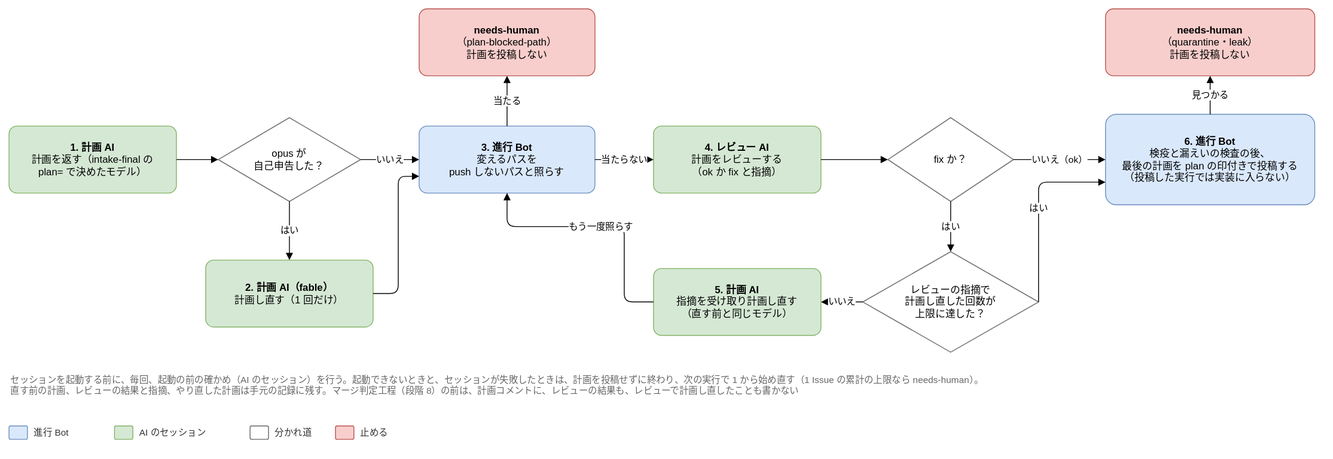
The draw.io diagram docs/design/basic/diagrams/02-plan-step.drawio.svg in Joymerrevent/dev-autopilot, before a commit. Source tidied: cells renumbered, new cells last; positions are measured from the earlier drawing's top-left corner, leaving out a move shared by most shapes.
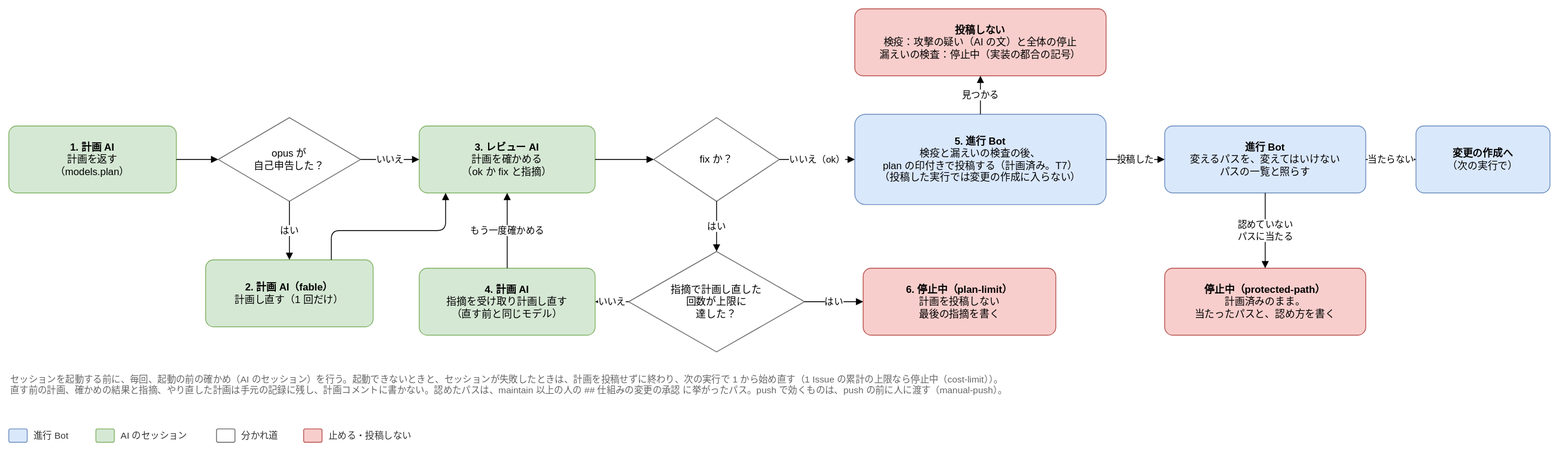
Later version of the same file.

The edit, as a diff of the source:
```diff
@@ -2,7 +2,7 @@
   <root>
     <mxCell id="0" />
     <mxCell id="1" parent="0" />
-    <mxCell id="2" value="&lt;b&gt;1. 計画 AI&lt;/b&gt;&lt;br&gt;計画を返す（intake-final の&lt;br&gt;plan= で決めたモデル）" style="rounded=1;whiteSpace=wrap;html=1;fontSize=12;arcSize=12;spacing=12;fillColor=#d5e8d4;strokeColor=#82b366;" parent="1" vertex="1">
+    <mxCell id="2" value="&lt;b&gt;1. 計画 AI&lt;/b&gt;&lt;br&gt;計画を返す&lt;br&gt;（models.plan）" style="rounded=1;whiteSpace=wrap;html=1;fontSize=12;arcSize=12;spacing=12;fillColor=#d5e8d4;strokeColor=#82b366;" parent="1" vertex="1">
       <mxGeometry y="140" width="200" height="80" as="geometry" />
     </mxCell>
     <mxCell id="3" value="opus が&lt;br&gt;自己申告した？" style="rhombus;whiteSpace=wrap;html=1;fontSize=12;spacing=12;fillColor=#ffffff;strokeColor=#666666;" parent="1" vertex="1">
@@ -11,111 +11,109 @@
     <mxCell id="4" value="&lt;b&gt;2. 計画 AI（fable）&lt;/b&gt;&lt;br&gt;計画し直す（1 回だけ）" style="rounded=1;whiteSpace=wrap;html=1;fontSize=12;arcSize=12;spacing=12;fillColor=#d5e8d4;strokeColor=#82b366;" parent="1" vertex="1">
       <mxGeometry x="235" y="300" width="200" height="80" as="geometry" />
     </mxCell>
-    <mxCell id="5" value="&lt;b&gt;3. 進行 Bot&lt;/b&gt;&lt;br&gt;変えるパスを&lt;br&gt;push しないパスと照らす" style="rounded=1;whiteSpace=wrap;html=1;fontSize=12;arcSize=12;spacing=12;fillColor=#dae8fc;strokeColor=#6c8ebf;" parent="1" vertex="1">
-      <mxGeometry x="490" y="140" width="210" height="80" as="geometry" />
-    </mxCell>
-    <mxCell id="6" value="&lt;b&gt;needs-human&lt;/b&gt;&lt;br&gt;（plan-blocked-path）&lt;br&gt;計画を投稿しない" style="rounded=1;whiteSpace=wrap;html=1;fontSize=12;arcSize=12;spacing=12;fillColor=#f8cecc;strokeColor=#b85450;" parent="1" vertex="1">
-      <mxGeometry x="490" width="210" height="80" as="geometry" />
-    </mxCell>
-    <mxCell id="7" value="&lt;b&gt;4. レビュー AI&lt;/b&gt;&lt;br&gt;計画をレビューする&lt;br&gt;（ok か fix と指摘）" style="rounded=1;whiteSpace=wrap;html=1;fontSize=12;arcSize=12;spacing=12;fillColor=#d5e8d4;strokeColor=#82b366;" parent="1" vertex="1">
-      <mxGeometry x="770" y="140" width="200" height="80" as="geometry" />
-    </mxCell>
+    <mxCell id="35" value="&lt;b&gt;3. レビュー AI&lt;/b&gt;&lt;br&gt;計画を確かめる&lt;br&gt;（ok か fix と指摘）" style="rounded=1;whiteSpace=wrap;html=1;fontSize=12;arcSize=12;spacing=12;fillColor=#d5e8d4;strokeColor=#82b366;" parent="1" vertex="1">
+      <mxGeometry x="490" y="140" width="210" height="80" as="geometry" />
+    </mxCell>
     <mxCell id="8" value="fix か？" style="rhombus;whiteSpace=wrap;html=1;fontSize=12;spacing=12;fillColor=#ffffff;strokeColor=#666666;" parent="1" vertex="1">
-      <mxGeometry x="1050" y="130" width="150" height="100" as="geometry" />
+      <mxGeometry x="770" y="130" width="150" height="100" as="geometry" />
     </mxCell>
-    <mxCell id="9" value="レビューの指摘で&lt;br&gt;計画し直した回数が&lt;br&gt;上限に達した？" style="rhombus;whiteSpace=wrap;html=1;fontSize=12;spacing=12;fillColor=#ffffff;strokeColor=#666666;" parent="1" vertex="1">
-      <mxGeometry x="1020" y="290" width="210" height="120" as="geometry" />
+    <mxCell id="9" value="指摘で計画し直した&lt;br&gt;回数が上限に&lt;br&gt;達した？" style="rhombus;whiteSpace=wrap;html=1;fontSize=12;spacing=12;fillColor=#ffffff;strokeColor=#666666;" parent="1" vertex="1">
+      <mxGeometry x="740" y="290" width="210" height="120" as="geometry" />
     </mxCell>
+    <mxCell id="7" value="&lt;b&gt;4. 計画 AI&lt;/b&gt;&lt;br&gt;指摘を受け取り計画し直す&lt;br&gt;（直す前と同じモデル）" style="rounded=1;whiteSpace=wrap;html=1;fontSize=12;arcSize=12;spacing=12;fillColor=#d5e8d4;strokeColor=#82b366;" parent="1" vertex="1">
+      <mxGeometry x="490" y="310" width="210" height="80" as="geometry" />
+    </mxCell>
+    <mxCell id="11" value="&lt;b&gt;6. 停止中（plan-limit）&lt;/b&gt;&lt;br&gt;計画を投稿しない&lt;br&gt;最後の指摘を書く" style="rounded=1;whiteSpace=wrap;html=1;fontSize=12;arcSize=12;spacing=12;fillColor=#f8cecc;strokeColor=#b85450;" parent="1" vertex="1">
+      <mxGeometry x="1020" y="310" width="230" height="80" as="geometry" />
+    </mxCell>
-    <mxCell id="10" value="&lt;b&gt;5. 計画 AI&lt;/b&gt;&lt;br&gt;指摘を受け取り計画し直す&lt;br&gt;（直す前と同じモデル）" style="rounded=1;whiteSpace=wrap;html=1;fontSize=12;arcSize=12;spacing=12;fillColor=#d5e8d4;strokeColor=#82b366;" parent="1" vertex="1">
-      <mxGeometry x="770" y="310" width="200" height="80" as="geometry" />
+    <mxCell id="10" value="&lt;b&gt;5. 進行 Bot&lt;/b&gt;&lt;br&gt;検疫と漏えいの検査の後、&lt;br&gt;plan の印付きで投稿する（計画済み。T7）&lt;br&gt;（投稿した実行では変更の作成に入らない）" style="rounded=1;whiteSpace=wrap;html=1;fontSize=12;arcSize=12;spacing=12;fillColor=#dae8fc;strokeColor=#6c8ebf;" parent="1" vertex="1">
+      <mxGeometry x="1010" y="126" width="300" height="108" as="geometry" />
     </mxCell>
-    <mxCell id="11" value="&lt;b&gt;6. 進行 Bot&lt;/b&gt;&lt;br&gt;検疫と漏えいの検査の後、&lt;br&gt;最後の計画を plan の印付きで投稿する&lt;br&gt;（投稿した実行では実装に入らない）" style="rounded=1;whiteSpace=wrap;html=1;fontSize=12;arcSize=12;spacing=12;fillColor=#dae8fc;strokeColor=#6c8ebf;" parent="1" vertex="1">
-      <mxGeometry x="1310" y="126" width="250" height="108" as="geometry" />
-    </mxCell>
+    <mxCell id="36" value="&lt;b&gt;進行 Bot&lt;/b&gt;&lt;br&gt;変えるパスを、変えてはいけない&lt;br&gt;パスの一覧と照らす" style="rounded=1;whiteSpace=wrap;html=1;fontSize=12;arcSize=12;spacing=12;fillColor=#dae8fc;strokeColor=#6c8ebf;" parent="1" vertex="1">
+      <mxGeometry x="1380" y="140" width="240" height="80" as="geometry" />
+    </mxCell>
+    <mxCell id="37" value="&lt;b&gt;停止中（protected-path）&lt;/b&gt;&lt;br&gt;計画済みのまま。&lt;br&gt;当たったパスと、認め方を書く" style="rounded=1;whiteSpace=wrap;html=1;fontSize=12;arcSize=12;spacing=12;fillColor=#f8cecc;strokeColor=#b85450;" parent="1" vertex="1">
+      <mxGeometry x="1380" y="310" width="240" height="80" as="geometry" />
+    </mxCell>
+    <mxCell id="38" value="&lt;b&gt;投稿しない&lt;/b&gt;&lt;br&gt;検疫：攻撃の疑い（AI の文）と全体の停止&lt;br&gt;漏えいの検査：停止中（実装の都合の記号）" style="rounded=1;whiteSpace=wrap;html=1;fontSize=12;arcSize=12;spacing=12;fillColor=#f8cecc;strokeColor=#b85450;" parent="1" vertex="1">
+      <mxGeometry x="1010" width="300" height="80" as="geometry" />
+    </mxCell>
+    <mxCell id="39" value="&lt;b&gt;変更の作成へ&lt;/b&gt;&lt;br&gt;（次の実行で）" style="rounded=1;whiteSpace=wrap;html=1;fontSize=12;arcSize=12;spacing=12;fillColor=#dae8fc;strokeColor=#6c8ebf;" parent="1" vertex="1">
+      <mxGeometry x="1680" y="140" width="160" height="80" as="geometry" />
+    </mxCell>
     <mxCell id="12" style="edgeStyle=orthogonalEdgeStyle;rounded=1;html=1;endArrow=block;endFill=1;fontSize=11;labelBackgroundColor=#ffffff;exitX=1;exitY=0.5;exitDx=0;exitDy=0;entryX=0;entryY=0.5;entryDx=0;entryDy=0;" parent="1" edge="1" source="2" target="3">
       <mxGeometry relative="1" as="geometry" />
     </mxCell>
     <mxCell id="13" value="はい" style="edgeStyle=orthogonalEdgeStyle;rounded=1;html=1;endArrow=block;endFill=1;fontSize=11;labelBackgroundColor=#ffffff;exitX=0.5;exitY=1;exitDx=0;exitDy=0;entryX=0.5;entryY=0;entryDx=0;entryDy=0;" parent="1" edge="1" source="3" target="4">
       <mxGeometry relative="1" as="geometry" />
     </mxCell>
-    <mxCell id="14" value="いいえ" style="edgeStyle=orthogonalEdgeStyle;rounded=1;html=1;endArrow=block;endFill=1;fontSize=11;labelBackgroundColor=#ffffff;exitX=1;exitY=0.5;exitDx=0;exitDy=0;entryX=0;entryY=0.5;entryDx=0;entryDy=0;" parent="1" edge="1" source="3" target="5">
+    <mxCell id="14" value="いいえ" style="edgeStyle=orthogonalEdgeStyle;rounded=1;html=1;endArrow=block;endFill=1;fontSize=11;labelBackgroundColor=#ffffff;exitX=1;exitY=0.5;exitDx=0;exitDy=0;entryX=0;entryY=0.5;entryDx=0;entryDy=0;" parent="1" edge="1" source="3" target="35">
       <mxGeometry relative="1" as="geometry" />
     </mxCell>
-    <mxCell id="15" style="edgeStyle=orthogonalEdgeStyle;rounded=1;html=1;endArrow=block;endFill=1;fontSize=11;labelBackgroundColor=#ffffff;exitX=1;exitY=0.5;exitDx=0;exitDy=0;entryX=0;entryY=0.75;entryDx=0;entryDy=0;" parent="1" edge="1" source="4" target="5">
+    <mxCell id="15" style="edgeStyle=orthogonalEdgeStyle;rounded=1;html=1;endArrow=block;endFill=1;fontSize=11;labelBackgroundColor=#ffffff;exitX=0.75;exitY=0;exitDx=0;exitDy=0;entryX=0.15;entryY=1;entryDx=0;entryDy=0;" parent="1" edge="1" source="4" target="35">
       <mxGeometry relative="1" as="geometry">
         <Array as="points">
-          <mxPoint x="465" y="340" />
-          <mxPoint x="465" y="200" />
+          <mxPoint x="385" y="265" />
+          <mxPoint x="521.5" y="265" />
         </Array>
       </mxGeometry>
     </mxCell>
-    <mxCell id="16" value="当たる" style="edgeStyle=orthogonalEdgeStyle;rounded=1;html=1;endArrow=block;endFill=1;fontSize=11;labelBackgroundColor=#ffffff;exitX=0.5;exitY=0;exitDx=0;exitDy=0;entryX=0.5;entryY=1;entryDx=0;entryDy=0;" parent="1" edge="1" source="5" target="6">
+    <mxCell id="16" style="edgeStyle=orthogonalEdgeStyle;rounded=1;html=1;endArrow=block;endFill=1;fontSize=11;labelBackgroundColor=#ffffff;exitX=1;exitY=0.5;exitDx=0;exitDy=0;entryX=0;entryY=0.5;entryDx=0;entryDy=0;" parent="1" edge="1" source="35" target="8">
       <mxGeometry relative="1" as="geometry" />
     </mxCell>
-    <mxCell id="17" value="当たらない" style="edgeStyle=orthogonalEdgeStyle;rounded=1;html=1;endArrow=block;endFill=1;fontSize=11;labelBackgroundColor=#ffffff;exitX=1;exitY=0.5;exitDx=0;exitDy=0;entryX=0;entryY=0.5;entryDx=0;entryDy=0;" parent="1" edge="1" source="5" target="7">
+    <mxCell id="17" value="いいえ（ok）" style="edgeStyle=orthogonalEdgeStyle;rounded=1;html=1;endArrow=block;endFill=1;fontSize=11;labelBackgroundColor=#ffffff;exitX=1;exitY=0.5;exitDx=0;exitDy=0;entryX=0;entryY=0.5;entryDx=0;entryDy=0;" parent="1" edge="1" source="8" target="10">
       <mxGeometry relative="1" as="geometry" />
     </mxCell>
-    <mxCell id="18" style="edgeStyle=orthogonalEdgeStyle;rounded=1;html=1;endArrow=block;endFill=1;fontSize=11;labelBackgroundColor=#ffffff;exitX=1;exitY=0.5;exitDx=0;exitDy=0;entryX=0;entryY=0.5;entryDx=0;entryDy=0;" parent="1" edge="1" source="7" target="8">
+    <mxCell id="18" value="はい" style="edgeStyle=orthogonalEdgeStyle;rounded=1;html=1;endArrow=block;endFill=1;fontSize=11;labelBackgroundColor=#ffffff;exitX=0.5;exitY=1;exitDx=0;exitDy=0;entryX=0.5;entryY=0;entryDx=0;entryDy=0;" parent="1" edge="1" source="8" target="9">
       <mxGeometry relative="1" as="geometry" />
     </mxCell>
-    <mxCell id="19" value="いいえ（ok）" style="edgeStyle=orthogonalEdgeStyle;rounded=1;html=1;endArrow=block;endFill=1;fontSize=11;labelBackgroundColor=#ffffff;exitX=1;exitY=0.5;exitDx=0;exitDy=0;entryX=0;entryY=0.5;entryDx=0;entryDy=0;" parent="1" edge="1" source="8" target="11">
+    <mxCell id="19" value="はい" style="edgeStyle=orthogonalEdgeStyle;rounded=1;html=1;endArrow=block;endFill=1;fontSize=11;labelBackgroundColor=#ffffff;exitX=1;exitY=0.5;exitDx=0;exitDy=0;entryX=0;entryY=0.5;entryDx=0;entryDy=0;" parent="1" edge="1" source="9" target="11">
       <mxGeometry relative="1" as="geometry" />
     </mxCell>
-    <mxCell id="20" value="はい" style="edgeStyle=orthogonalEdgeStyle;rounded=1;html=1;endArrow=block;endFill=1;fontSize=11;labelBackgroundColor=#ffffff;exitX=0.5;exitY=1;exitDx=0;exitDy=0;entryX=0.5;entryY=0;entryDx=0;entryDy=0;" parent="1" edge="1" source="8" target="9">
+    <mxCell id="20" value="いいえ" style="edgeStyle=orthogonalEdgeStyle;rounded=1;html=1;endArrow=block;endFill=1;fontSize=11;labelBackgroundColor=#ffffff;exitX=0;exitY=0.5;exitDx=0;exitDy=0;entryX=1;entryY=0.5;entryDx=0;entryDy=0;" parent="1" edge="1" source="9" target="7">
       <mxGeometry relative="1" as="geometry" />
     </mxCell>
-    <mxCell id="21" value="はい" style="edgeStyle=orthogonalEdgeStyle;rounded=1;html=1;endArrow=block;endFill=1;fontSize=11;labelBackgroundColor=#ffffff;exitX=1;exitY=0.5;exitDx=0;exitDy=0;entryX=0;entryY=0.75;entryDx=0;entryDy=0;" parent="1" edge="1" source="9" target="11">
-      <mxGeometry relative="1" as="geometry">
-        <Array as="points">
-          <mxPoint x="1230" y="350" />
-          <mxPoint x="1230" y="200" />
-        </Array>
-      </mxGeometry>
+    <mxCell id="21" value="もう一度確かめる" style="edgeStyle=orthogonalEdgeStyle;rounded=1;html=1;endArrow=block;endFill=1;fontSize=11;labelBackgroundColor=#ffffff;exitX=0.5;exitY=0;exitDx=0;exitDy=0;entryX=0.5;entryY=1;entryDx=0;entryDy=0;" parent="1" edge="1" source="7" target="35">
+      <mxGeometry relative="1" as="geometry" />
     </mxCell>
-    <mxCell id="22" value="いいえ" style="edgeStyle=orthogonalEdgeStyle;rounded=1;html=1;endArrow=block;endFill=1;fontSize=11;labelBackgroundColor=#ffffff;exitX=0;exitY=0.5;exitDx=0;exitDy=0;entryX=1;entryY=0.5;entryDx=0;entryDy=0;" parent="1" edge="1" source="9" target="10">
+    <mxCell id="22" value="見つかる" style="edgeStyle=orthogonalEdgeStyle;rounded=1;html=1;endArrow=block;endFill=1;fontSize=11;labelBackgroundColor=#ffffff;exitX=0.5;exitY=0;exitDx=0;exitDy=0;entryX=0.5;entryY=1;entryDx=0;entryDy=0;" parent="1" edge="1" source="10" target="38">
       <mxGeometry relative="1" as="geometry" />
     </mxCell>
-    <mxCell id="23" value="もう一度照らす" style="edgeStyle=orthogonalEdgeStyle;rounded=1;html=1;endArrow=block;endFill=1;fontSize=11;labelBackgroundColor=#ffffff;exitX=0;exitY=0.5;exitDx=0;exitDy=0;entryX=0.5;entryY=1;entryDx=0;entryDy=0;" parent="1" edge="1" source="10" target="5">
-      <mxGeometry relative="1" as="geometry">
-        <Array as="points">
-          <mxPoint x="735" y="350" />
-          <mxPoint x="735" y="260" />
-          <mxPoint x="595" y="260" />
-        </Array>
-      </mxGeometry>
+    <mxCell id="23" value="投稿した" style="edgeStyle=orthogonalEdgeStyle;rounded=1;html=1;endArrow=block;endFill=1;fontSize=11;labelBackgroundColor=#ffffff;exitX=1;exitY=0.5;exitDx=0;exitDy=0;entryX=0;entryY=0.5;entryDx=0;entryDy=0;" parent="1" edge="1" source="10" target="36">
+      <mxGeometry relative="1" as="geometry" />
     </mxCell>
+    <mxCell id="34" value="認めていない&lt;br&gt;パスに当たる" style="edgeStyle=orthogonalEdgeStyle;rounded=1;html=1;endArrow=block;endFill=1;fontSize=11;labelBackgroundColor=#ffffff;exitX=0.5;exitY=1;exitDx=0;exitDy=0;entryX=0.5;entryY=0;entryDx=0;entryDy=0;" parent="1" edge="1" source="36" target="37">
+      <mxGeometry relative="1" as="geometry" />
+    </mxCell>
+    <mxCell id="40" value="当たらない" style="edgeStyle=orthogonalEdgeStyle;rounded=1;html=1;endArrow=block;endFill=1;fontSize=11;labelBackgroundColor=#ffffff;exitX=1;exitY=0.5;exitDx=0;exitDy=0;entryX=0;entryY=0.5;entryDx=0;entryDy=0;" parent="1" edge="1" source="36" target="39">
+      <mxGeometry relative="1" as="geometry" />
+    </mxCell>
-    <mxCell id="24" value="セッションを起動する前に、毎回、起動の前の確かめ（AI のセッション）を行う。起動できないときと、セッションが失敗したときは、計画を投稿せずに終わり、次の実行で 1 から始め直す（1 Issue の累計の上限なら needs-human）。&lt;br&gt;直す前の計画、レビューの結果と指摘、やり直した計画は手元の記録に残す。マージ判定工程（段階 8）の前は、計画コメントに、レビューの結果も、レビューで計画し直したことも書かない" style="text;html=1;whiteSpace=wrap;align=left;verticalAlign=top;fontSize=11;fontColor=#666666;" parent="1" vertex="1">
-      <mxGeometry y="430" width="1560" height="54" as="geometry" />
+    <mxCell id="24" value="セッションを起動する前に、毎回、起動の前の確かめ（AI のセッション）を行う。起動できないときと、セッションが失敗したときは、計画を投稿せずに終わり、次の実行で 1 から始め直す（1 Issue の累計の上限なら停止中（cost-limit））。&lt;br&gt;直す前の計画、確かめの結果と指摘、やり直した計画は手元の記録に残し、計画コメントに書かない。認めたパスは、maintain 以上の人の ## 仕組みの変更の承認 に挙がったパス。push で効くものは、push の前に人に渡す（manual-push）。" style="text;html=1;whiteSpace=wrap;align=left;verticalAlign=top;fontSize=11;fontColor=#666666;" parent="1" vertex="1">
+      <mxGeometry y="430" width="1840" height="54" as="geometry" />
     </mxCell>
     <mxCell id="25" style="rounded=1;whiteSpace=wrap;html=1;fontSize=12;arcSize=12;spacing=12;fillColor=#dae8fc;strokeColor=#6c8ebf;" parent="1" vertex="1">
-      <mxGeometry y="498" width="22" height="16" as="geometry" />
+      <mxGeometry y="502" width="22" height="16" as="geometry" />
     </mxCell>
     <mxCell id="26" value="進行 Bot" style="text;html=1;align=left;verticalAlign=middle;fontSize=11;fontColor=#333333;" parent="1" vertex="1">
-      <mxGeometry x="28" y="496" width="82" height="20" as="geometry" />
+      <mxGeometry x="28" y="500" width="60" height="20" as="geometry" />
     </mxCell>
     <mxCell id="27" style="rounded=1;whiteSpace=wrap;html=1;fontSize=12;arcSize=12;spacing=12;fillColor=#d5e8d4;strokeColor=#82b366;" parent="1" vertex="1">
-      <mxGeometry x="126" y="498" width="22" height="16" as="geometry" />
+      <mxGeometry x="104" y="502" width="22" height="16" as="geometry" />
     </mxCell>
     <mxCell id="28" value="AI のセッション" style="text;html=1;align=left;verticalAlign=middle;fontSize=11;fontColor=#333333;" parent="1" vertex="1">
-      <mxGeometry x="154" y="496" width="118" height="20" as="geometry" />
+      <mxGeometry x="132" y="500" width="100" height="20" as="geometry" />
     </mxCell>
     <mxCell id="29" style="rounded=1;whiteSpace=wrap;html=1;fontSize=12;arcSize=12;spacing=12;fillColor=#ffffff;strokeColor=#666666;" parent="1" vertex="1">
-      <mxGeometry x="288" y="498" width="22" height="16" as="geometry" />
+      <mxGeometry x="248" y="502" width="22" height="16" as="geometry" />
     </mxCell>
     <mxCell id="30" value="分かれ道" style="text;html=1;align=left;verticalAlign=middle;fontSize=11;fontColor=#333333;" parent="1" vertex="1">
-      <mxGeometry x="316" y="496" width="58" height="20" as="geometry" />
+      <mxGeometry x="276" y="500" width="60" height="20" as="geometry" />
     </mxCell>
     <mxCell id="31" style="rounded=1;whiteSpace=wrap;html=1;fontSize=12;arcSize=12;spacing=12;fillColor=#f8cecc;strokeColor=#b85450;" parent="1" vertex="1">
-      <mxGeometry x="390" y="498" width="22" height="16" as="geometry" />
+      <mxGeometry x="352" y="502" width="22" height="16" as="geometry" />
     </mxCell>
-    <mxCell id="32" value="止める" style="text;html=1;align=left;verticalAlign=middle;fontSize=11;fontColor=#333333;" parent="1" vertex="1">
-      <mxGeometry x="418" y="496" width="46" height="20" as="geometry" />
+    <mxCell id="32" value="止める・投稿しない" style="text;html=1;align=left;verticalAlign=middle;fontSize=11;fontColor=#333333;" parent="1" vertex="1">
+      <mxGeometry x="380" y="500" width="120" height="20" as="geometry" />
     </mxCell>
-    <mxCell id="33" value="&lt;b&gt;needs-human&lt;/b&gt;&lt;br&gt;（quarantine・leak）&lt;br&gt;計画を投稿しない" style="rounded=1;whiteSpace=wrap;html=1;fontSize=12;arcSize=12;spacing=12;fillColor=#f8cecc;strokeColor=#b85450;" parent="1" vertex="1">
-      <mxGeometry x="1310" width="250" height="80" as="geometry" />
-    </mxCell>
-    <mxCell id="34" value="見つかる" style="edgeStyle=orthogonalEdgeStyle;rounded=1;html=1;endArrow=block;endFill=1;fontSize=11;labelBackgroundColor=#ffffff;exitX=0.5;exitY=0;exitDx=0;exitDy=0;entryX=0.5;entryY=1;entryDx=0;entryDy=0;" parent="1" edge="1" source="11" target="33">
-      <mxGeometry relative="1" as="geometry" />
-    </mxCell>
   </root>
 </mxGraphModel>
```
